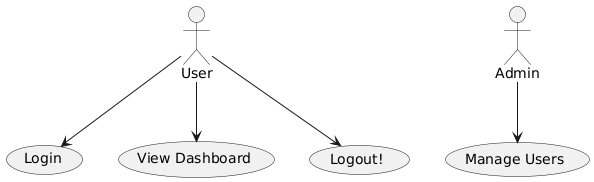
softwareDesign24/collaborateUML-ucd keeps this PlantUML diagram as use-case.png. Above is the earlier version.
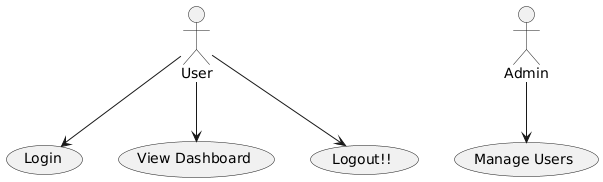
The same diagram one commit later.

Commit message:
Automated UML diagram generation

Diff of the diagram source:
```diff
@@ -1,6 +1,6 @@
 @startuml
 :User: --> (Login)
 :User: --> (View Dashboard)
-:User: --> (Logout!)
+:User: --> (Logout!!)
 :Admin: --> (Manage Users)
 @enduml
```
